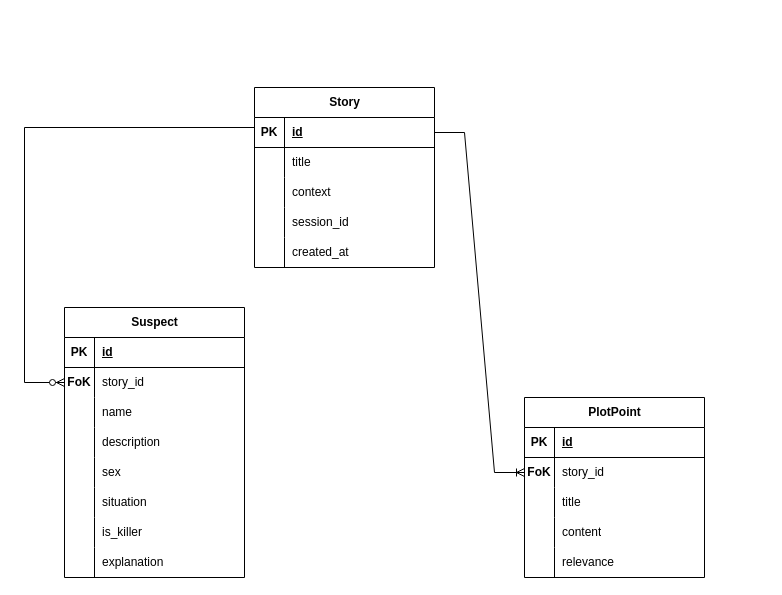
Earlier version of the draw.io diagram backend/database.drawio (hoanglvuit/Detective-Game). Source tidied: cells renumbered, new cells numbered last; positions are measured from the earlier drawing's top-left corner, leaving out a move shared by most shapes. Both pictures are drawn from the tidied source at 100%, with x=0, y=0 at pixel (24, 87).
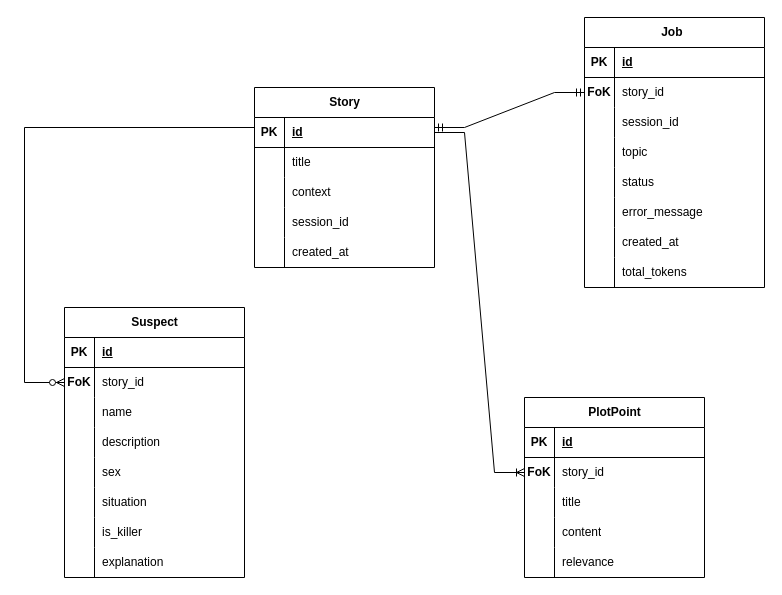
After the change.

The edit, as a diff of the source:
```diff
@@
+    <mxCell id="61" value="Job&lt;span style=&quot;white-space: pre;&quot;&gt;&#9;&lt;/span&gt;" style="shape=table;startSize=30;childLayout=tableLayout;rowLines=0;fontStyle=1;align=center;html=1;" parent="1" vertex="1">
+      <mxGeometry x="560" y="-70" width="180" height="270" as="geometry" />
+    </mxCell>
+    <mxCell id="62" style="shape=tableRow;horizontal=0;startSize=0;swimlaneHead=0;swimlaneBody=0;fillColor=none;top=0;left=0;right=0;bottom=1;" parent="61" vertex="1">
+      <mxGeometry y="30" width="180" height="30" as="geometry" />
+    </mxCell>
+    <mxCell id="63" value="PK" style="shape=partialRectangle;fillColor=none;top=0;left=0;bottom=0;right=0;fontStyle=1;overflow=hidden;whiteSpace=wrap;html=1;" parent="62" vertex="1">
+      <mxGeometry width="30" height="30" as="geometry" />
+    </mxCell>
+    <mxCell id="64" value="id" style="shape=partialRectangle;fillColor=none;top=0;left=0;bottom=0;right=0;align=left;spacingLeft=6;fontStyle=5;overflow=hidden;whiteSpace=wrap;html=1;" parent="62" vertex="1">
+      <mxGeometry x="30" width="150" height="30" as="geometry" />
+    </mxCell>
+    <mxCell id="65" style="shape=tableRow;horizontal=0;startSize=0;swimlaneHead=0;swimlaneBody=0;fillColor=none;points=[[0,0.5],[1,0.5]];portConstraint=eastwest;top=0;left=0;right=0;bottom=0;" parent="61" vertex="1">
+      <mxGeometry y="60" width="180" height="30" as="geometry" />
+    </mxCell>
+    <mxCell id="66" value="&lt;b&gt;FoK&lt;/b&gt;" style="shape=partialRectangle;fillColor=none;top=0;left=0;bottom=0;right=0;overflow=hidden;whiteSpace=wrap;html=1;" parent="65" vertex="1">
+      <mxGeometry width="30" height="30" as="geometry" />
+    </mxCell>
+    <mxCell id="67" value="story_id" style="shape=partialRectangle;fillColor=none;top=0;left=0;bottom=0;right=0;align=left;spacingLeft=6;overflow=hidden;whiteSpace=wrap;html=1;" parent="65" vertex="1">
+      <mxGeometry x="30" width="150" height="30" as="geometry" />
+    </mxCell>
+    <mxCell id="68" style="shape=tableRow;horizontal=0;startSize=0;swimlaneHead=0;swimlaneBody=0;fillColor=none;top=0;left=0;right=0;bottom=0;" parent="61" vertex="1">
+      <mxGeometry y="90" width="180" height="30" as="geometry" />
+    </mxCell>
+    <mxCell id="69" style="shape=partialRectangle;fillColor=none;top=0;left=0;bottom=0;right=0;overflow=hidden;whiteSpace=wrap;html=1;" parent="68" vertex="1">
+      <mxGeometry width="30" height="30" as="geometry" />
+    </mxCell>
+    <mxCell id="70" value="session_id" style="shape=partialRectangle;fillColor=none;top=0;left=0;bottom=0;right=0;align=left;spacingLeft=6;overflow=hidden;whiteSpace=wrap;html=1;" parent="68" vertex="1">
+      <mxGeometry x="30" width="150" height="30" as="geometry" />
+    </mxCell>
+    <mxCell id="71" style="shape=tableRow;horizontal=0;startSize=0;swimlaneHead=0;swimlaneBody=0;fillColor=none;top=0;left=0;right=0;bottom=0;" parent="61" vertex="1">
+      <mxGeometry y="120" width="180" height="30" as="geometry" />
+    </mxCell>
+    <mxCell id="72" value="&lt;div&gt;&lt;br&gt;&lt;/div&gt;&lt;div&gt;&lt;br&gt;&lt;/div&gt;" style="shape=partialRectangle;fillColor=none;top=0;left=0;bottom=0;right=0;overflow=hidden;whiteSpace=wrap;html=1;" parent="71" vertex="1">
+      <mxGeometry width="30" height="30" as="geometry" />
+    </mxCell>
+    <mxCell id="73" value="topic" style="shape=partialRectangle;fillColor=none;top=0;left=0;bottom=0;right=0;align=left;spacingLeft=6;overflow=hidden;whiteSpace=wrap;html=1;" parent="71" vertex="1">
+      <mxGeometry x="30" width="150" height="30" as="geometry" />
+    </mxCell>
+    <mxCell id="74" style="shape=tableRow;horizontal=0;startSize=0;swimlaneHead=0;swimlaneBody=0;fillColor=none;top=0;left=0;right=0;bottom=0;" parent="61" vertex="1">
+      <mxGeometry y="150" width="180" height="30" as="geometry" />
+    </mxCell>
+    <mxCell id="75" value="&lt;div&gt;&lt;br&gt;&lt;/div&gt;&lt;div&gt;&lt;br&gt;&lt;/div&gt;" style="shape=partialRectangle;fillColor=none;top=0;left=0;bottom=0;right=0;overflow=hidden;whiteSpace=wrap;html=1;" parent="74" vertex="1">
+      <mxGeometry width="30" height="30" as="geometry" />
+    </mxCell>
+    <mxCell id="76" value="status" style="shape=partialRectangle;fillColor=none;top=0;left=0;bottom=0;right=0;align=left;spacingLeft=6;overflow=hidden;whiteSpace=wrap;html=1;" parent="74" vertex="1">
+      <mxGeometry x="30" width="150" height="30" as="geometry" />
+    </mxCell>
+    <mxCell id="77" style="shape=tableRow;horizontal=0;startSize=0;swimlaneHead=0;swimlaneBody=0;fillColor=none;top=0;left=0;right=0;bottom=0;" parent="61" vertex="1">
+      <mxGeometry y="180" width="180" height="30" as="geometry" />
+    </mxCell>
+    <mxCell id="78" value="&lt;div&gt;&lt;br&gt;&lt;/div&gt;&lt;div&gt;&lt;br&gt;&lt;/div&gt;" style="shape=partialRectangle;fillColor=none;top=0;left=0;bottom=0;right=0;overflow=hidden;whiteSpace=wrap;html=1;" parent="77" vertex="1">
+      <mxGeometry width="30" height="30" as="geometry" />
+    </mxCell>
+    <mxCell id="79" value="error_message" style="shape=partialRectangle;fillColor=none;top=0;left=0;bottom=0;right=0;align=left;spacingLeft=6;overflow=hidden;whiteSpace=wrap;html=1;" parent="77" vertex="1">
+      <mxGeometry x="30" width="150" height="30" as="geometry" />
+    </mxCell>
+    <mxCell id="80" style="shape=tableRow;horizontal=0;startSize=0;swimlaneHead=0;swimlaneBody=0;fillColor=none;top=0;left=0;right=0;bottom=0;" parent="61" vertex="1">
+      <mxGeometry y="210" width="180" height="30" as="geometry" />
+    </mxCell>
+    <mxCell id="81" value="&lt;div&gt;&lt;br&gt;&lt;/div&gt;&lt;div&gt;&lt;br&gt;&lt;/div&gt;" style="shape=partialRectangle;fillColor=none;top=0;left=0;bottom=0;right=0;overflow=hidden;whiteSpace=wrap;html=1;" parent="80" vertex="1">
+      <mxGeometry width="30" height="30" as="geometry" />
+    </mxCell>
+    <mxCell id="82" value="created_at" style="shape=partialRectangle;fillColor=none;top=0;left=0;bottom=0;right=0;align=left;spacingLeft=6;overflow=hidden;whiteSpace=wrap;html=1;" parent="80" vertex="1">
+      <mxGeometry x="30" width="150" height="30" as="geometry" />
+    </mxCell>
+    <mxCell id="83" style="shape=tableRow;horizontal=0;startSize=0;swimlaneHead=0;swimlaneBody=0;fillColor=none;top=0;left=0;right=0;bottom=0;" parent="61" vertex="1">
+      <mxGeometry y="240" width="180" height="30" as="geometry" />
+    </mxCell>
+    <mxCell id="84" value="&lt;div&gt;&lt;br&gt;&lt;/div&gt;&lt;div&gt;&lt;br&gt;&lt;/div&gt;" style="shape=partialRectangle;fillColor=none;top=0;left=0;bottom=0;right=0;overflow=hidden;whiteSpace=wrap;html=1;" parent="83" vertex="1">
+      <mxGeometry width="30" height="30" as="geometry" />
+    </mxCell>
+    <mxCell id="85" value="total_tokens" style="shape=partialRectangle;fillColor=none;top=0;left=0;bottom=0;right=0;align=left;spacingLeft=6;overflow=hidden;whiteSpace=wrap;html=1;" parent="83" vertex="1">
+      <mxGeometry x="30" width="150" height="30" as="geometry" />
+    </mxCell>
+    <mxCell id="86" style="edgeStyle=entityRelationEdgeStyle;fontSize=12;html=1;endArrow=ERmandOne;startArrow=ERmandOne;rounded=0;" parent="1" edge="1" target="65">
+      <mxGeometry relative="1" as="geometry">
+        <mxPoint x="410" y="40" as="sourcePoint" />
+      </mxGeometry>
+    </mxCell>
```
